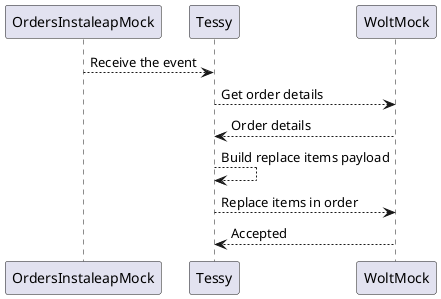
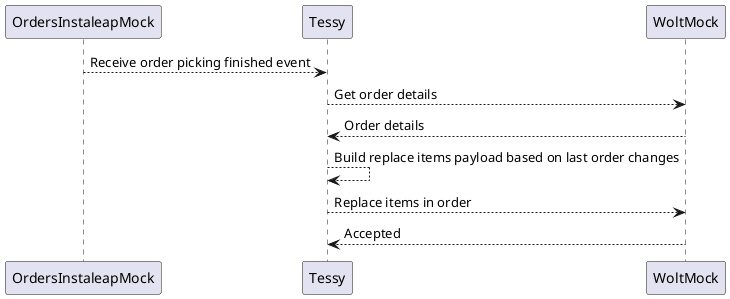
@startuml


- OrdersInstaleapMock --> Tessy: Receive the event
+ OrdersInstaleapMock --> Tessy: Receive order picking finished event

Tessy --> WoltMock: Get order details
WoltMock --> Tessy: Order details

- Tessy --> Tessy: Build replace items payload
+ Tessy --> Tessy: Build replace items payload based on last order changes
Tessy --> WoltMock: Replace items in order

WoltMock --> Tessy: Accepted
@enduml